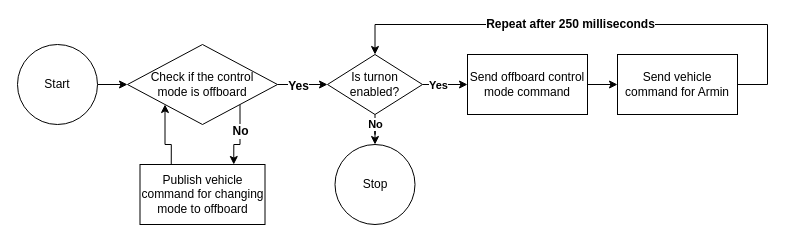
The draw.io diagram DrawIOFiler/Innitialisation Module.drawio in jens1906/Robotteknologi-4.-semester, before the edit. Source tidied: cells renumbered, new cells numbered last; positions are measured from the earlier drawing's top-left corner, leaving out a move shared by most shapes. Both pictures are drawn from the tidied source at 100%, with x=0, y=0 at pixel (17, 24).
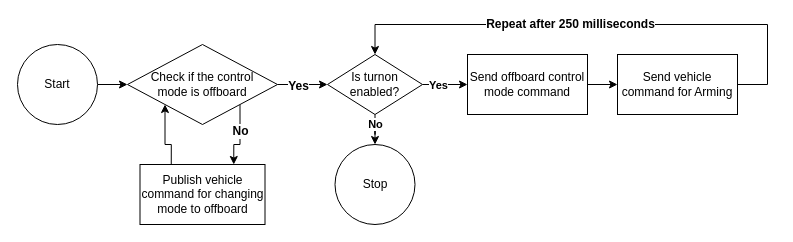
After the change.

Commit message (it also covers changes not shown here):
Lidt ekstra flowchart

Change to the diagram source:
```diff
@@
-    <mxCell id="5" value="Send vehicle command for Armin" style="whiteSpace=wrap;html=1;" parent="1" vertex="1">
+    <mxCell id="5" value="Send vehicle command for Arming" style="whiteSpace=wrap;html=1;" parent="1" vertex="1">
       <mxGeometry x="600" y="30" width="120" height="60" as="geometry" />
     </mxCell>
```
